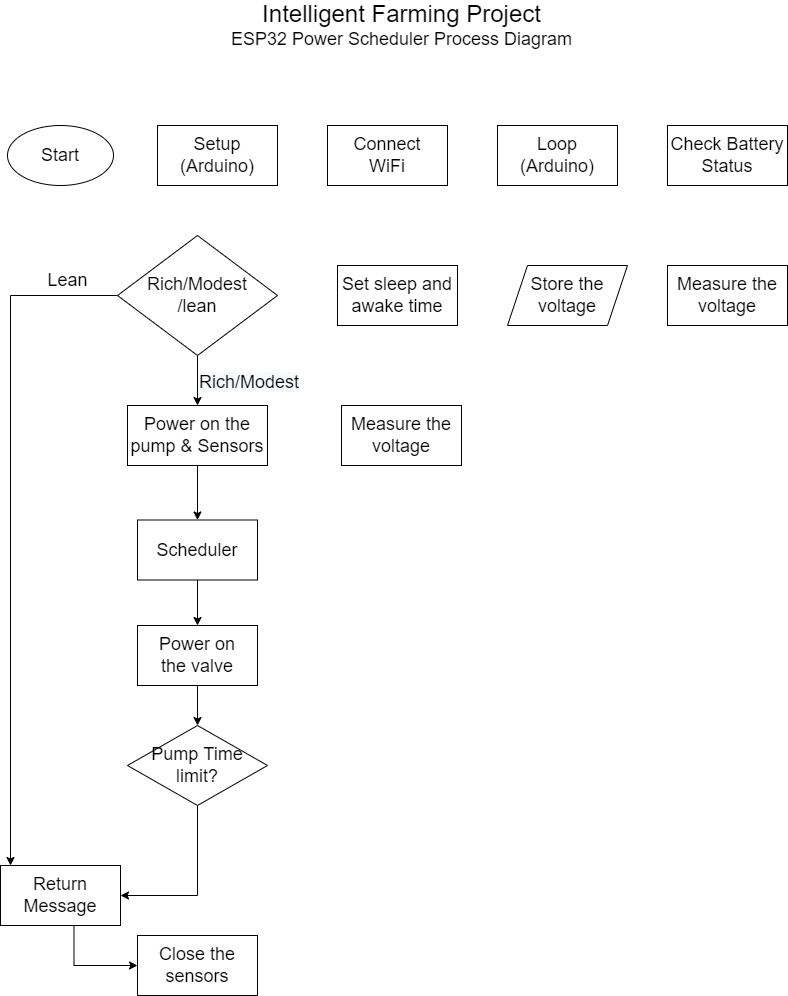
The draw.io diagram ESP32.drawio.png in De-Li/USV_IntelligentFarming, before a commit. Source tidied: cells renumbered, new cells last; positions are measured from the earlier drawing's top-left corner, leaving out a move shared by most shapes. The source it was exported from:
```xml
<mxGraphModel>
  <root>
    <mxCell id="0" />
    <mxCell id="1" parent="0" />
    <mxCell id="2" value="&lt;font style=&quot;font-size: 18px&quot;&gt;Start&lt;/font&gt;" style="ellipse;whiteSpace=wrap;html=1;" parent="1" vertex="1">
      <mxGeometry x="7" y="120" width="106" height="60" as="geometry" />
    </mxCell>
    <mxCell id="3" value="&lt;font style=&quot;font-size: 24px&quot;&gt;Intelligent Farming Project&lt;br&gt;&lt;/font&gt;&lt;font style=&quot;font-size: 18px&quot;&gt;ESP32 Power Scheduler Process Diagram&lt;/font&gt;" style="text;html=1;align=center;verticalAlign=middle;strokeColor=none;fillColor=none;" parent="1" vertex="1">
      <mxGeometry x="221" width="360" height="40" as="geometry" />
    </mxCell>
    <mxCell id="4" value="Setup&lt;br&gt;(Arduino)" style="rounded=0;whiteSpace=wrap;html=1;fontSize=18;" parent="1" vertex="1">
      <mxGeometry x="157" y="120" width="120" height="60" as="geometry" />
    </mxCell>
    <mxCell id="5" value="Connect&lt;br&gt;WiFi" style="rounded=0;whiteSpace=wrap;html=1;fontSize=18;" parent="1" vertex="1">
      <mxGeometry x="327" y="120" width="120" height="60" as="geometry" />
    </mxCell>
    <mxCell id="6" value="Loop&lt;br&gt;(Arduino)" style="rounded=0;whiteSpace=wrap;html=1;fontSize=18;" parent="1" vertex="1">
      <mxGeometry x="497" y="120" width="120" height="60" as="geometry" />
    </mxCell>
    <mxCell id="7" value="Check Battery Status" style="rounded=0;whiteSpace=wrap;html=1;fontSize=18;" parent="1" vertex="1">
      <mxGeometry x="667" y="120" width="120" height="60" as="geometry" />
    </mxCell>
    <mxCell id="8" style="edgeStyle=orthogonalEdgeStyle;rounded=0;jettySize=auto;html=1;exitX=0;exitY=0.5;exitDx=0;exitDy=0;fontSize=18;" parent="1" edge="1" source="10">
      <mxGeometry relative="1" as="geometry">
        <mxPoint x="10" y="860" as="targetPoint" />
      </mxGeometry>
    </mxCell>
    <mxCell id="9" style="edgeStyle=orthogonalEdgeStyle;rounded=0;jettySize=auto;html=1;exitX=0.5;exitY=1;exitDx=0;exitDy=0;fontSize=18;" parent="1" edge="1" source="10" target="15">
      <mxGeometry relative="1" as="geometry" />
    </mxCell>
    <mxCell id="10" value="Rich/Modest&lt;br&gt;/lean" style="rhombus;whiteSpace=wrap;html=1;fontSize=18;" parent="1" vertex="1">
      <mxGeometry x="117" y="230" width="160" height="120" as="geometry" />
    </mxCell>
    <mxCell id="11" style="edgeStyle=orthogonalEdgeStyle;rounded=0;jettySize=auto;html=1;exitX=0.5;exitY=1;exitDx=0;exitDy=0;entryX=0;entryY=0.5;entryDx=0;entryDy=0;fontSize=18;" parent="1" edge="1" target="20">
      <mxGeometry relative="1" as="geometry">
        <mxPoint x="10" y="920" as="sourcePoint" />
      </mxGeometry>
    </mxCell>
    <mxCell id="12" value="Return&lt;br&gt;Message" style="rounded=0;whiteSpace=wrap;html=1;fontSize=18;" parent="1" vertex="1">
      <mxGeometry y="860" width="120" height="60" as="geometry" />
    </mxCell>
    <mxCell id="13" value="Set sleep and awake time" style="rounded=0;whiteSpace=wrap;html=1;fontSize=18;" parent="1" vertex="1">
      <mxGeometry x="337" y="260" width="120" height="60" as="geometry" />
    </mxCell>
    <mxCell id="14" style="edgeStyle=orthogonalEdgeStyle;rounded=0;jettySize=auto;html=1;exitX=0.5;exitY=1;exitDx=0;exitDy=0;entryX=0.5;entryY=0;entryDx=0;entryDy=0;fontSize=18;" parent="1" edge="1" source="15" target="19">
      <mxGeometry relative="1" as="geometry" />
    </mxCell>
    <mxCell id="15" value="Power on the pump &amp;amp; Sensors" style="rounded=0;whiteSpace=wrap;html=1;fontSize=18;" parent="1" vertex="1">
      <mxGeometry x="127" y="400" width="140" height="60" as="geometry" />
    </mxCell>
    <mxCell id="16" style="edgeStyle=orthogonalEdgeStyle;rounded=0;jettySize=auto;html=1;exitX=0.5;exitY=1;exitDx=0;exitDy=0;entryX=1;entryY=0.5;entryDx=0;entryDy=0;fontSize=18;" parent="1" edge="1" source="17" target="12">
      <mxGeometry relative="1" as="geometry" />
    </mxCell>
    <mxCell id="17" value="Pump Time limit?" style="rhombus;whiteSpace=wrap;html=1;fontSize=18;" parent="1" vertex="1">
      <mxGeometry x="127" y="720" width="140" height="80" as="geometry" />
    </mxCell>
    <mxCell id="18" style="edgeStyle=orthogonalEdgeStyle;rounded=0;jettySize=auto;html=1;exitX=0.5;exitY=1;exitDx=0;exitDy=0;entryX=0.5;entryY=0;entryDx=0;entryDy=0;fontSize=18;" parent="1" edge="1" source="19" target="27">
      <mxGeometry relative="1" as="geometry" />
    </mxCell>
    <mxCell id="19" value="Scheduler" style="rounded=0;whiteSpace=wrap;html=1;fontSize=18;" parent="1" vertex="1">
      <mxGeometry x="137" y="514.5" width="120" height="60" as="geometry" />
    </mxCell>
    <mxCell id="20" value="Close the sensors" style="rounded=0;whiteSpace=wrap;html=1;fontSize=18;" parent="1" vertex="1">
      <mxGeometry x="137" y="930" width="120" height="60" as="geometry" />
    </mxCell>
    <mxCell id="21" value="&lt;span style=&quot;color: rgb(0, 0, 0); font-family: helvetica; font-size: 18px; font-style: normal; font-weight: 400; letter-spacing: normal; text-align: center; text-indent: 0px; text-transform: none; word-spacing: 0px; background-color: rgb(248, 249, 250); display: inline; float: none;&quot;&gt;Rich/Modest&lt;/span&gt;" style="text;whiteSpace=wrap;html=1;fontSize=18;" parent="1" vertex="1">
      <mxGeometry x="197" y="360" width="130" height="40" as="geometry" />
    </mxCell>
    <mxCell id="22" value="Lean" style="text;html=1;align=center;verticalAlign=middle;strokeColor=none;fillColor=none;fontSize=18;" parent="1" vertex="1">
      <mxGeometry x="37" y="260" width="60" height="30" as="geometry" />
    </mxCell>
    <mxCell id="23" value="Measure the voltage" style="rounded=0;whiteSpace=wrap;html=1;fontSize=18;" parent="1" vertex="1">
      <mxGeometry x="667" y="260" width="120" height="60" as="geometry" />
    </mxCell>
    <mxCell id="24" value="Store the voltage" style="shape=parallelogram;perimeter=parallelogramPerimeter;whiteSpace=wrap;html=1;fixedSize=1;fontSize=18;" parent="1" vertex="1">
      <mxGeometry x="507" y="260" width="120" height="60" as="geometry" />
    </mxCell>
    <mxCell id="25" value="Measure the voltage" style="rounded=0;whiteSpace=wrap;html=1;fontSize=18;" parent="1" vertex="1">
      <mxGeometry x="341" y="400" width="120" height="60" as="geometry" />
    </mxCell>
    <mxCell id="26" style="edgeStyle=orthogonalEdgeStyle;rounded=0;jettySize=auto;html=1;exitX=0.5;exitY=1;exitDx=0;exitDy=0;fontSize=18;" parent="1" edge="1" source="27" target="17">
      <mxGeometry relative="1" as="geometry" />
    </mxCell>
    <mxCell id="27" value="Power on the&amp;nbsp;valve" style="rounded=0;whiteSpace=wrap;html=1;fontSize=18;" parent="1" vertex="1">
      <mxGeometry x="137" y="620" width="120" height="60" as="geometry" />
    </mxCell>
  </root>
</mxGraphModel>
```
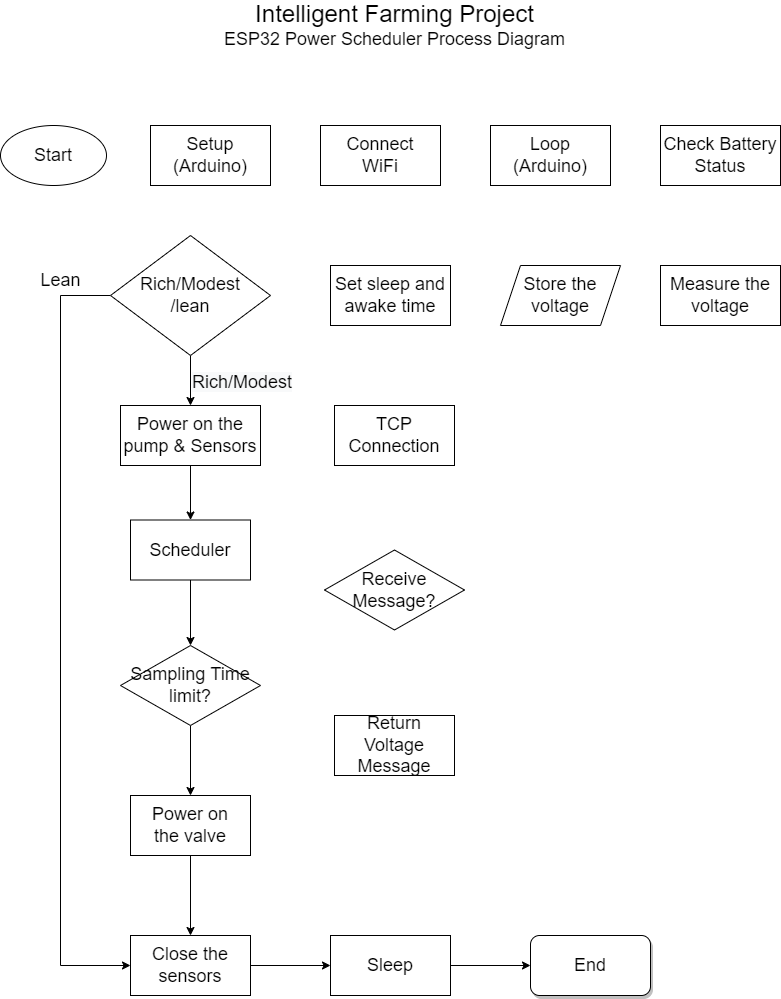
After the commit.

The edit, as a diff of the source:
```diff
@@ -20,9 +20,12 @@
     <mxCell id="7" value="Check Battery Status" style="rounded=0;whiteSpace=wrap;html=1;fontSize=18;" parent="1" vertex="1">
       <mxGeometry x="667" y="120" width="120" height="60" as="geometry" />
     </mxCell>
-    <mxCell id="8" style="edgeStyle=orthogonalEdgeStyle;rounded=0;jettySize=auto;html=1;exitX=0;exitY=0.5;exitDx=0;exitDy=0;fontSize=18;" parent="1" edge="1" source="10">
+    <mxCell id="8" style="edgeStyle=orthogonalEdgeStyle;rounded=0;jettySize=auto;html=1;exitX=0;exitY=0.5;exitDx=0;exitDy=0;fontSize=18;entryX=0;entryY=0.5;entryDx=0;entryDy=0;" parent="1" edge="1" source="10" target="20">
       <mxGeometry relative="1" as="geometry">
-        <mxPoint x="10" y="860" as="targetPoint" />
+        <Array as="points">
+          <mxPoint x="67" y="290" />
+          <mxPoint x="67" y="960" />
+        </Array>
       </mxGeometry>
     </mxCell>
     <mxCell id="9" style="edgeStyle=orthogonalEdgeStyle;rounded=0;jettySize=auto;html=1;exitX=0.5;exitY=1;exitDx=0;exitDy=0;fontSize=18;" parent="1" edge="1" source="10" target="15">
@@ -31,14 +34,6 @@
     <mxCell id="10" value="Rich/Modest&lt;br&gt;/lean" style="rhombus;whiteSpace=wrap;html=1;fontSize=18;" parent="1" vertex="1">
       <mxGeometry x="117" y="230" width="160" height="120" as="geometry" />
     </mxCell>
-    <mxCell id="11" style="edgeStyle=orthogonalEdgeStyle;rounded=0;jettySize=auto;html=1;exitX=0.5;exitY=1;exitDx=0;exitDy=0;entryX=0;entryY=0.5;entryDx=0;entryDy=0;fontSize=18;" parent="1" edge="1" target="20">
-      <mxGeometry relative="1" as="geometry">
-        <mxPoint x="10" y="920" as="sourcePoint" />
-      </mxGeometry>
-    </mxCell>
-    <mxCell id="12" value="Return&lt;br&gt;Message" style="rounded=0;whiteSpace=wrap;html=1;fontSize=18;" parent="1" vertex="1">
-      <mxGeometry y="860" width="120" height="60" as="geometry" />
-    </mxCell>
     <mxCell id="13" value="Set sleep and awake time" style="rounded=0;whiteSpace=wrap;html=1;fontSize=18;" parent="1" vertex="1">
       <mxGeometry x="337" y="260" width="120" height="60" as="geometry" />
     </mxCell>
@@ -48,18 +43,21 @@
     <mxCell id="15" value="Power on the pump &amp;amp; Sensors" style="rounded=0;whiteSpace=wrap;html=1;fontSize=18;" parent="1" vertex="1">
       <mxGeometry x="127" y="400" width="140" height="60" as="geometry" />
     </mxCell>
-    <mxCell id="16" style="edgeStyle=orthogonalEdgeStyle;rounded=0;jettySize=auto;html=1;exitX=0.5;exitY=1;exitDx=0;exitDy=0;entryX=1;entryY=0.5;entryDx=0;entryDy=0;fontSize=18;" parent="1" edge="1" source="17" target="12">
-      <mxGeometry relative="1" as="geometry" />
-    </mxCell>
+    <mxCell id="28" style="edgeStyle=orthogonalEdgeStyle;rounded=0;jettySize=auto;html=1;exitX=0.5;exitY=1;exitDx=0;exitDy=0;entryX=0.5;entryY=0;entryDx=0;entryDy=0;fontSize=18;" parent="1" edge="1" source="17" target="27">
+      <mxGeometry relative="1" as="geometry" />
+    </mxCell>
-    <mxCell id="17" value="Pump Time limit?" style="rhombus;whiteSpace=wrap;html=1;fontSize=18;" parent="1" vertex="1">
-      <mxGeometry x="127" y="720" width="140" height="80" as="geometry" />
+    <mxCell id="17" value="Sampling Time limit?" style="rhombus;whiteSpace=wrap;html=1;fontSize=18;" parent="1" vertex="1">
+      <mxGeometry x="127" y="640" width="140" height="80" as="geometry" />
     </mxCell>
-    <mxCell id="18" style="edgeStyle=orthogonalEdgeStyle;rounded=0;jettySize=auto;html=1;exitX=0.5;exitY=1;exitDx=0;exitDy=0;entryX=0.5;entryY=0;entryDx=0;entryDy=0;fontSize=18;" parent="1" edge="1" source="19" target="27">
-      <mxGeometry relative="1" as="geometry" />
-    </mxCell>
+    <mxCell id="29" style="edgeStyle=orthogonalEdgeStyle;rounded=0;jettySize=auto;html=1;exitX=0.5;exitY=1;exitDx=0;exitDy=0;entryX=0.5;entryY=0;entryDx=0;entryDy=0;fontSize=18;" parent="1" edge="1" source="19" target="17">
+      <mxGeometry relative="1" as="geometry" />
+    </mxCell>
     <mxCell id="19" value="Scheduler" style="rounded=0;whiteSpace=wrap;html=1;fontSize=18;" parent="1" vertex="1">
       <mxGeometry x="137" y="514.5" width="120" height="60" as="geometry" />
     </mxCell>
+    <mxCell id="30" style="edgeStyle=orthogonalEdgeStyle;rounded=0;jettySize=auto;html=1;exitX=1;exitY=0.5;exitDx=0;exitDy=0;entryX=0;entryY=0.5;entryDx=0;entryDy=0;fontSize=18;" parent="1" edge="1" source="20" target="35">
+      <mxGeometry relative="1" as="geometry" />
+    </mxCell>
     <mxCell id="20" value="Close the sensors" style="rounded=0;whiteSpace=wrap;html=1;fontSize=18;" parent="1" vertex="1">
       <mxGeometry x="137" y="930" width="120" height="60" as="geometry" />
     </mxCell>
@@ -75,14 +73,29 @@
     <mxCell id="24" value="Store the voltage" style="shape=parallelogram;perimeter=parallelogramPerimeter;whiteSpace=wrap;html=1;fixedSize=1;fontSize=18;" parent="1" vertex="1">
       <mxGeometry x="507" y="260" width="120" height="60" as="geometry" />
     </mxCell>
-    <mxCell id="25" value="Measure the voltage" style="rounded=0;whiteSpace=wrap;html=1;fontSize=18;" parent="1" vertex="1">
+    <mxCell id="25" value="TCP Connection" style="rounded=0;whiteSpace=wrap;html=1;fontSize=18;" parent="1" vertex="1">
       <mxGeometry x="341" y="400" width="120" height="60" as="geometry" />
     </mxCell>
-    <mxCell id="26" style="edgeStyle=orthogonalEdgeStyle;rounded=0;jettySize=auto;html=1;exitX=0.5;exitY=1;exitDx=0;exitDy=0;fontSize=18;" parent="1" edge="1" source="27" target="17">
-      <mxGeometry relative="1" as="geometry" />
-    </mxCell>
+    <mxCell id="31" value="Receive Message?" style="rhombus;whiteSpace=wrap;html=1;fontSize=18;" parent="1" vertex="1">
+      <mxGeometry x="331" y="544.5" width="140" height="80" as="geometry" />
+    </mxCell>
+    <mxCell id="32" style="edgeStyle=orthogonalEdgeStyle;rounded=0;jettySize=auto;html=1;exitX=0.5;exitY=1;exitDx=0;exitDy=0;entryX=0.5;entryY=0;entryDx=0;entryDy=0;fontSize=18;" parent="1" edge="1" source="27" target="20">
+      <mxGeometry relative="1" as="geometry" />
+    </mxCell>
     <mxCell id="27" value="Power on the&amp;nbsp;valve" style="rounded=0;whiteSpace=wrap;html=1;fontSize=18;" parent="1" vertex="1">
-      <mxGeometry x="137" y="620" width="120" height="60" as="geometry" />
+      <mxGeometry x="137" y="790" width="120" height="60" as="geometry" />
     </mxCell>
+    <mxCell id="33" value="Return Voltage Message" style="rounded=0;whiteSpace=wrap;html=1;fontSize=18;" parent="1" vertex="1">
+      <mxGeometry x="341" y="710" width="120" height="60" as="geometry" />
+    </mxCell>
+    <mxCell id="34" style="edgeStyle=orthogonalEdgeStyle;rounded=0;jettySize=auto;html=1;exitX=1;exitY=0.5;exitDx=0;exitDy=0;entryX=0;entryY=0.5;entryDx=0;entryDy=0;fontSize=18;" parent="1" edge="1" source="35" target="36">
+      <mxGeometry relative="1" as="geometry" />
+    </mxCell>
+    <mxCell id="35" value="Sleep" style="rounded=0;whiteSpace=wrap;html=1;fontSize=18;" parent="1" vertex="1">
+      <mxGeometry x="337" y="930" width="120" height="60" as="geometry" />
+    </mxCell>
+    <mxCell id="36" value="End" style="rounded=1;whiteSpace=wrap;html=1;shadow=1;fontSize=18;" parent="1" vertex="1">
+      <mxGeometry x="537" y="930" width="120" height="60" as="geometry" />
+    </mxCell>
   </root>
 </mxGraphModel>
```
